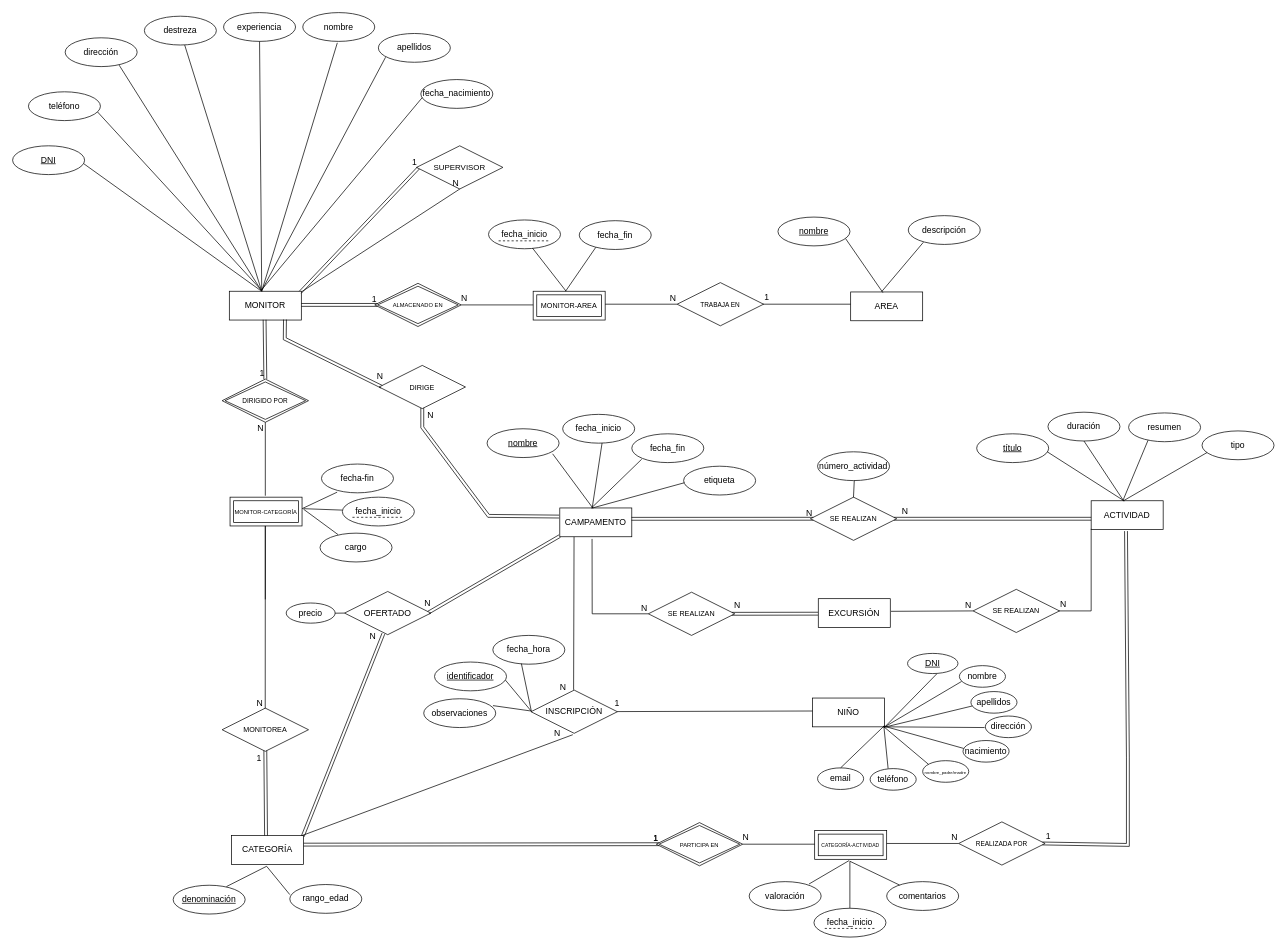
Earlier version of the draw.io diagram dia-final.drawio (rodrigomeijome/bd-diagram). Source tidied: cells renumbered, new cells numbered last; positions are measured from the earlier drawing's top-left corner, leaving out a move shared by most shapes. Both pictures are drawn from the tidied source at 72%, with x=0, y=0 at pixel (12, 12).
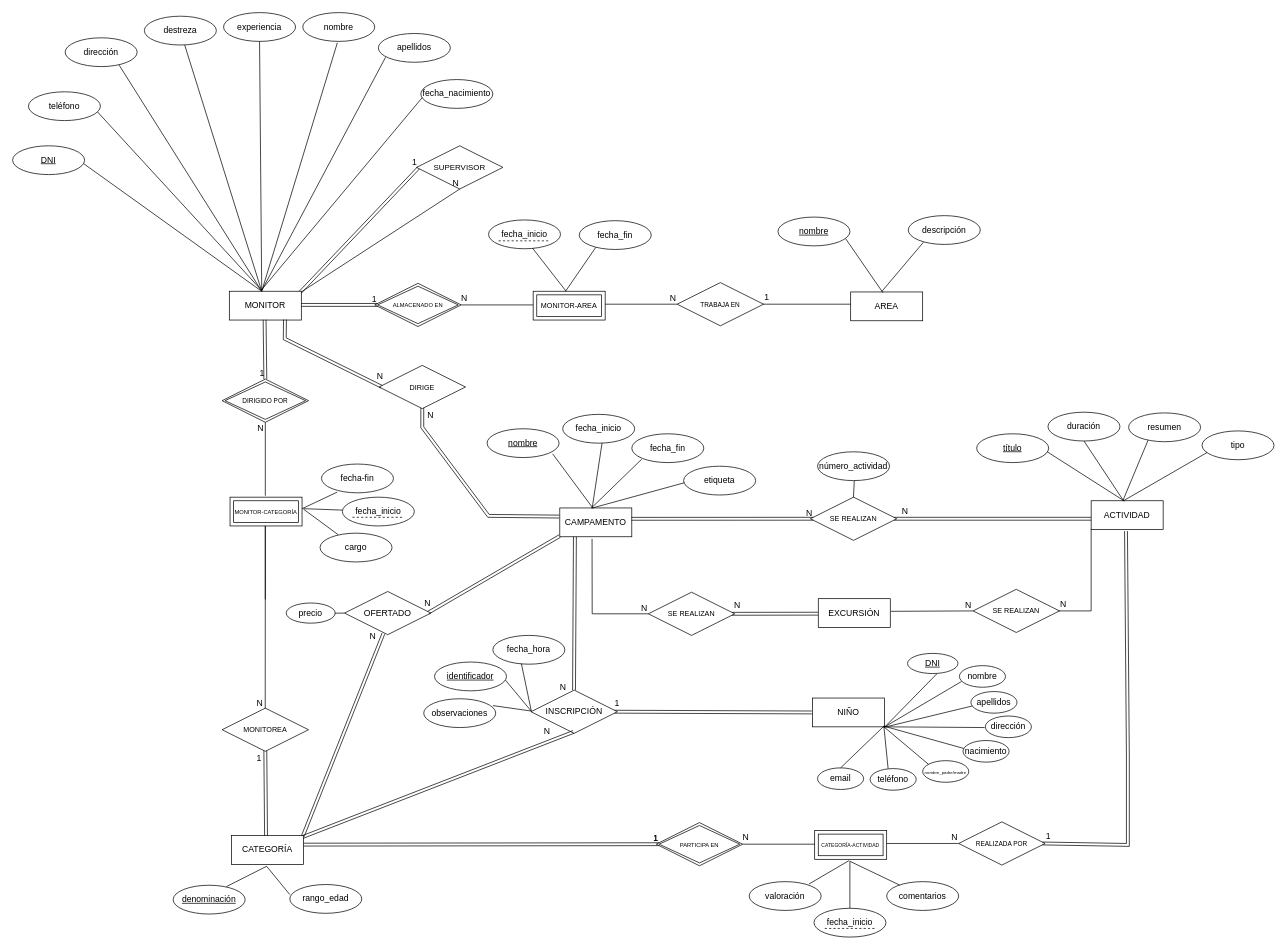
The same diagram, later.

The change refers to these unchanged cells:
```xml
<mxCell id="40" value="CAMPAMENTO" style="whiteSpace=wrap;html=1;align=center;" parent="1" vertex="1">
  <mxGeometry x="760" y="688" width="100" height="40" as="geometry" />
</mxCell>
<mxCell id="133" value="NIÑO" style="whiteSpace=wrap;html=1;align=center;" parent="1" vertex="1">
  <mxGeometry x="1111" y="952" width="100" height="40" as="geometry" />
</mxCell>
<mxCell id="157" value="INSCRIPCIÓN" style="shape=rhombus;perimeter=rhombusPerimeter;whiteSpace=wrap;html=1;align=center;" parent="1" vertex="1">
  <mxGeometry x="720" y="941" width="120" height="60" as="geometry" />
</mxCell>
```

Change to the diagram source:
```diff
@@
-    <mxCell id="134" style="endArrow=none;html=1;rounded=0;entryX=0.484;entryY=1.032;entryDx=0;entryDy=0;entryPerimeter=0;" parent="1" edge="1" target="157">
-      <mxGeometry relative="1" as="geometry">
-        <mxPoint x="402" y="1143" as="sourcePoint" />
-      </mxGeometry>
-    </mxCell>
-    <mxCell id="135" style="endArrow=none;html=1;rounded=0;entryX=0;entryY=0.45;entryDx=0;entryDy=0;entryPerimeter=0;" parent="1" edge="1" source="157" target="133">
-      <mxGeometry relative="1" as="geometry" />
-    </mxCell>
-    <mxCell id="136" style="endArrow=none;html=1;rounded=0;entryX=0.198;entryY=1.005;entryDx=0;entryDy=0;entryPerimeter=0;exitX=0.493;exitY=-0.006;exitDx=0;exitDy=0;exitPerimeter=0;" parent="1" edge="1" source="157" target="40">
-      <mxGeometry relative="1" as="geometry" />
-    </mxCell>
     <mxCell id="137" value="N" style="html=1;whiteSpace=wrap;align=right;verticalAlign=bottom;" parent="1" vertex="1">
-      <mxGeometry x="762" y="1009" as="geometry" />
+      <mxGeometry x="720" y="995" as="geometry">
+        <mxPoint x="28" y="12" as="offset" />
+      </mxGeometry>
     </mxCell>
@@
+    <mxCell id="136" style="shape=link;html=1;rounded=0;exitX=0.498;exitY=-0.001;exitDx=0;exitDy=0;exitPerimeter=0;entryX=0.21;entryY=1;entryDx=0;entryDy=0;entryPerimeter=0;" parent="1" edge="1" source="157" target="40">
+      <mxGeometry relative="1" as="geometry" />
+    </mxCell>
+    <mxCell id="167" style="shape=link;html=1;rounded=0;" parent="1" edge="1">
+      <mxGeometry relative="1" as="geometry">
+        <mxPoint x="836" y="971" as="sourcePoint" />
+        <mxPoint x="1110" y="972" as="targetPoint" />
+      </mxGeometry>
+    </mxCell>
+    <mxCell id="168" style="shape=link;html=1;rounded=0;entryX=0.493;entryY=0.967;entryDx=0;entryDy=0;entryPerimeter=0;" parent="1" edge="1" target="157">
+      <mxGeometry relative="1" as="geometry">
+        <mxPoint x="403" y="1145" as="sourcePoint" />
+      </mxGeometry>
+    </mxCell>
```
